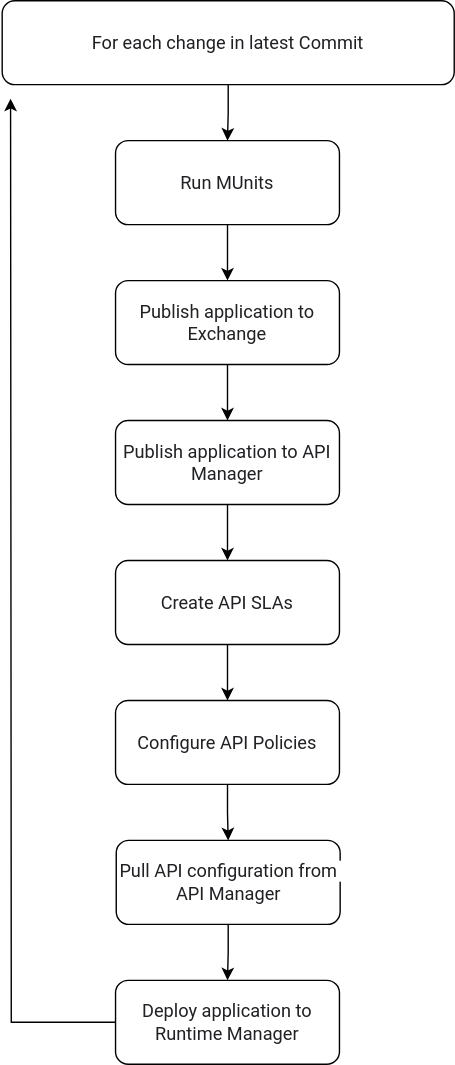
Earlier version of the draw.io export architecture/diagrams/ci-cd-design/build-and-deploy.svg (RideXpress/docs). Source tidied: cells renumbered, new cells last; positions are measured from the earlier drawing's top-left corner, leaving out a move shared by most shapes.
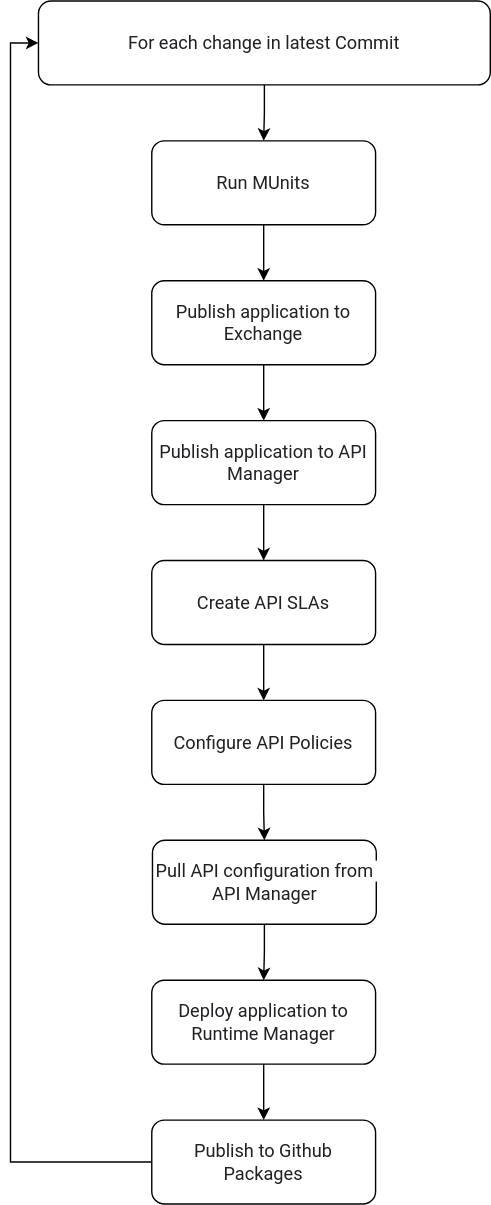
After the commit.

Change to the diagram source:
```diff
@@ -44,13 +44,22 @@
     <mxCell id="15" value="&lt;span style=&quot;color: rgb(32, 33, 36); font-family: Roboto, arial, sans-serif; font-size: 13px; text-align: left; white-space-collapse: preserve; background-color: rgb(255, 255, 255);&quot;&gt;Pull API configuration from API Manager&lt;/span&gt;" style="rounded=1;whiteSpace=wrap;html=1;" parent="1" vertex="1">
       <mxGeometry x="81.5" y="600" width="160" height="60" as="geometry" />
     </mxCell>
-    <mxCell id="16" style="edgeStyle=orthogonalEdgeStyle;rounded=0;jettySize=auto;html=1;" parent="1" edge="1" source="17">
-      <mxGeometry relative="1" as="geometry">
-        <mxPoint x="6" y="70" as="targetPoint" />
-      </mxGeometry>
-    </mxCell>
+    <mxCell id="18" style="edgeStyle=orthogonalEdgeStyle;rounded=0;jettySize=auto;html=1;entryX=0.5;entryY=0;entryDx=0;entryDy=0;" parent="1" edge="1" source="17" target="20">
+      <mxGeometry relative="1" as="geometry" />
+    </mxCell>
     <mxCell id="17" value="&lt;span style=&quot;color: rgb(32, 33, 36); font-family: Roboto, arial, sans-serif; font-size: 13px; text-align: left; white-space-collapse: preserve; background-color: rgb(255, 255, 255);&quot;&gt;Deploy application to Runtime Manager&lt;/span&gt;" style="rounded=1;whiteSpace=wrap;html=1;" parent="1" vertex="1">
       <mxGeometry x="81" y="700" width="160" height="60" as="geometry" />
     </mxCell>
+    <mxCell id="19" style="edgeStyle=orthogonalEdgeStyle;rounded=0;jettySize=auto;html=1;entryX=0;entryY=0.5;entryDx=0;entryDy=0;" parent="1" edge="1" source="20" target="3">
+      <mxGeometry relative="1" as="geometry">
+        <Array as="points">
+          <mxPoint x="-20" y="830" />
+          <mxPoint x="-20" y="30" />
+        </Array>
+      </mxGeometry>
+    </mxCell>
+    <mxCell id="20" value="&lt;span style=&quot;color: rgb(32, 33, 36); font-family: Roboto, arial, sans-serif; font-size: 13px; text-align: left; white-space-collapse: preserve; background-color: rgb(255, 255, 255);&quot;&gt;Publish to Github Packages&lt;/span&gt;" style="rounded=1;whiteSpace=wrap;html=1;" parent="1" vertex="1">
+      <mxGeometry x="81" y="800" width="160" height="60" as="geometry" />
+    </mxCell>
   </root>
 </mxGraphModel>
```
